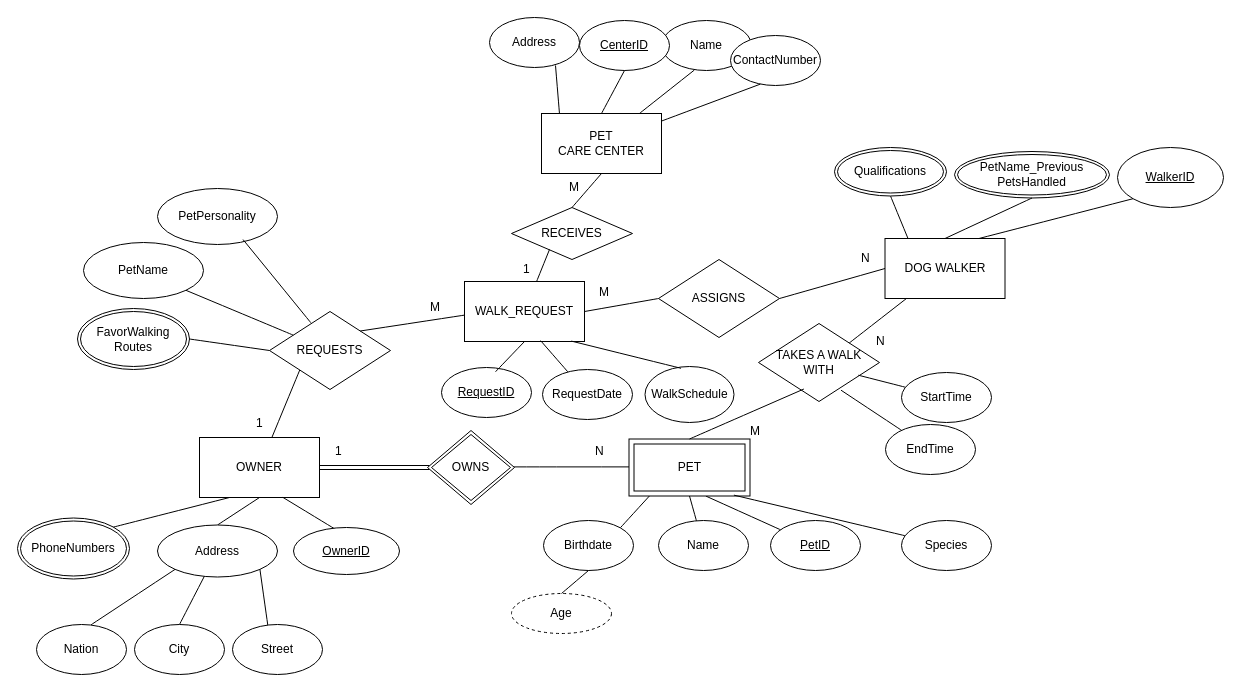
Earlier version of the draw.io diagram page "hw2" (2 of 2) of 제목 없는 다이어그램.drawio (kdm0927/DataBaseSystem). Source tidied: cells renumbered, new cells numbered last; positions are measured from the earlier drawing's top-left corner, leaving out a move shared by most shapes. Both pictures are drawn from the tidied source at 100%, with x=0, y=0 at pixel (17, 17).
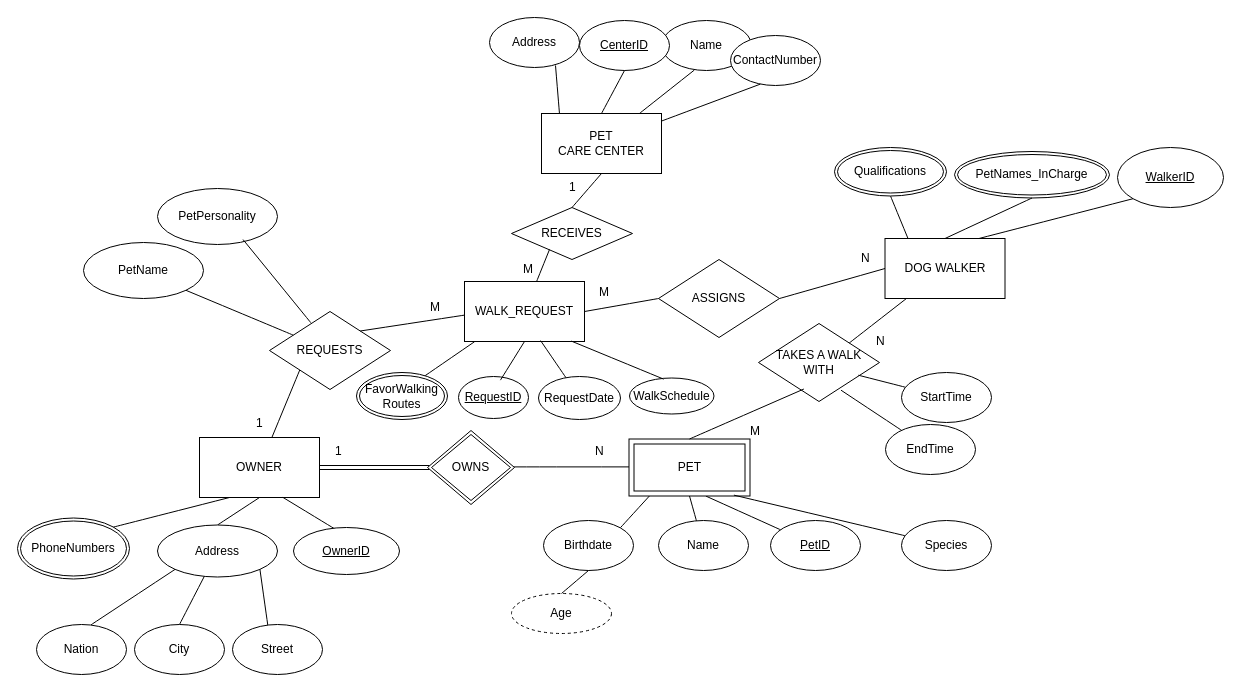
The same diagram, later.

Commit message:
Update: DBS hw2 erd

Unchanged cells that the change refers to:
```xml
<mxCell id="22" value="REQUESTS" style="rhombus;whiteSpace=wrap;html=1;" parent="1" vertex="1">
  <mxGeometry x="252" y="294" width="121" height="78" as="geometry" />
</mxCell>
<mxCell id="74" value="WALK_REQUEST" style="rounded=0;whiteSpace=wrap;html=1;" parent="1" vertex="1">
  <mxGeometry x="447" y="264" width="120" height="60" as="geometry" />
</mxCell>
```

Change to the diagram source:
```diff
@@
-    <mxCell id="29" style="endArrow=none;html=1;rounded=0;fontSize=12;startSize=8;endSize=8;curved=1;exitX=1;exitY=0.5;exitDx=0;exitDy=0;entryX=0;entryY=0.5;entryDx=0;entryDy=0;" parent="1" edge="1" source="30" target="22">
-      <mxGeometry relative="1" as="geometry" />
-    </mxCell>
-    <mxCell id="30" value="FavorWalking Routes" style="ellipse;shape=doubleEllipse;margin=3;whiteSpace=wrap;html=1;align=center;" parent="1" vertex="1">
-      <mxGeometry x="60" y="291" width="112" height="61" as="geometry" />
-    </mxCell>
@@
-    <mxCell id="43" value="PetName_Previous&lt;div&gt;PetsHandled &lt;/div&gt;" style="ellipse;shape=doubleEllipse;margin=3;whiteSpace=wrap;html=1;align=center;" parent="1" vertex="1">
+    <mxCell id="43" value="PetNames_InCharge" style="ellipse;shape=doubleEllipse;margin=3;whiteSpace=wrap;html=1;align=center;" parent="1" vertex="1">
       <mxGeometry x="937" y="134" width="155" height="46.5" as="geometry" />
     </mxCell>
@@
-    <mxCell id="65" value="M" style="text;strokeColor=none;fillColor=none;spacingLeft=4;spacingRight=4;overflow=hidden;fontSize=12;whiteSpace=wrap;html=1;" parent="1" vertex="1">
+    <mxCell id="65" value="1" style="text;strokeColor=none;fillColor=none;spacingLeft=4;spacingRight=4;overflow=hidden;fontSize=12;whiteSpace=wrap;html=1;" parent="1" vertex="1">
       <mxGeometry x="546" y="156" width="40" height="30" as="geometry" />
     </mxCell>
@@
-    <mxCell id="69" value="1" style="text;strokeColor=none;fillColor=none;spacingLeft=4;spacingRight=4;overflow=hidden;fontSize=12;whiteSpace=wrap;html=1;" parent="1" vertex="1">
+    <mxCell id="69" value="M" style="text;strokeColor=none;fillColor=none;spacingLeft=4;spacingRight=4;overflow=hidden;fontSize=12;whiteSpace=wrap;html=1;" parent="1" vertex="1">
       <mxGeometry x="500" y="238" width="40" height="30" as="geometry" />
     </mxCell>
@@
     <mxCell id="78" value="RequestID" style="ellipse;whiteSpace=wrap;html=1;align=center;fontStyle=4;" parent="1" vertex="1">
-      <mxGeometry x="424" y="350" width="90" height="50" as="geometry" />
+      <mxGeometry x="441" y="359" width="70" height="42" as="geometry" />
     </mxCell>
     <mxCell id="79" value="RequestDate" style="ellipse;whiteSpace=wrap;html=1;" parent="1" vertex="1">
-      <mxGeometry x="525" y="352" width="90" height="50" as="geometry" />
+      <mxGeometry x="521" y="359" width="82" height="43" as="geometry" />
     </mxCell>
     <mxCell id="80" value="WalkSchedule" style="ellipse;whiteSpace=wrap;html=1;" parent="1" vertex="1">
-      <mxGeometry x="627.5" y="349" width="89" height="56" as="geometry" />
+      <mxGeometry x="612" y="360.5" width="84.5" height="36" as="geometry" />
     </mxCell>
@@
+    <mxCell id="86" style="endArrow=none;html=1;rounded=0;fontSize=12;startSize=8;endSize=8;curved=1;exitX=0.723;exitY=0.109;exitDx=0;exitDy=0;entryX=0.084;entryY=1.003;entryDx=0;entryDy=0;entryPerimeter=0;exitPerimeter=0;" parent="1" edge="1" source="30" target="74">
+      <mxGeometry relative="1" as="geometry" />
+    </mxCell>
+    <mxCell id="30" value="FavorWalking Routes" style="ellipse;shape=doubleEllipse;margin=3;whiteSpace=wrap;html=1;align=center;" parent="1" vertex="1">
+      <mxGeometry x="339" y="355" width="91" height="47" as="geometry" />
+    </mxCell>
```
